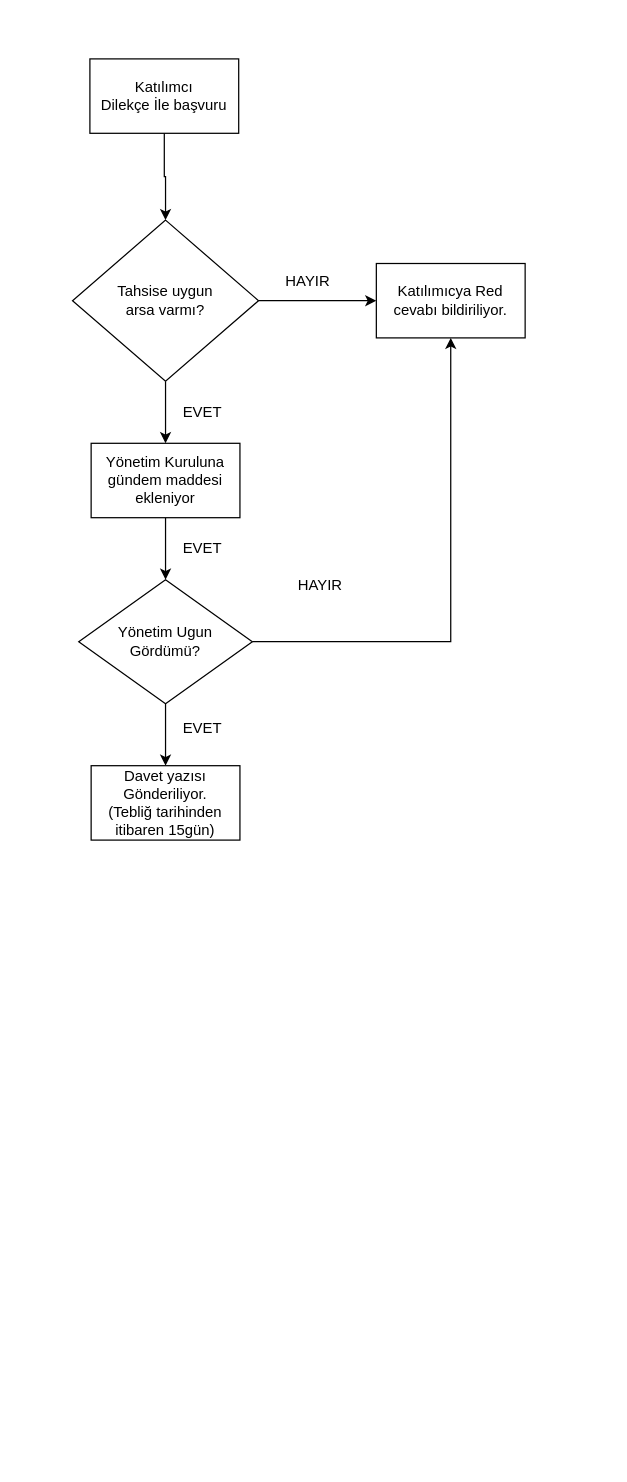
Above: Untitled Diagram.drawio in monelge/lisanslama (draw.io), before the change. Source tidied: cells renumbered, new cells numbered last; positions are measured from the earlier drawing's top-left corner, leaving out a move shared by most shapes. Both pictures are drawn from the tidied source at 124%, with x=0, y=0 at pixel (72, 58).
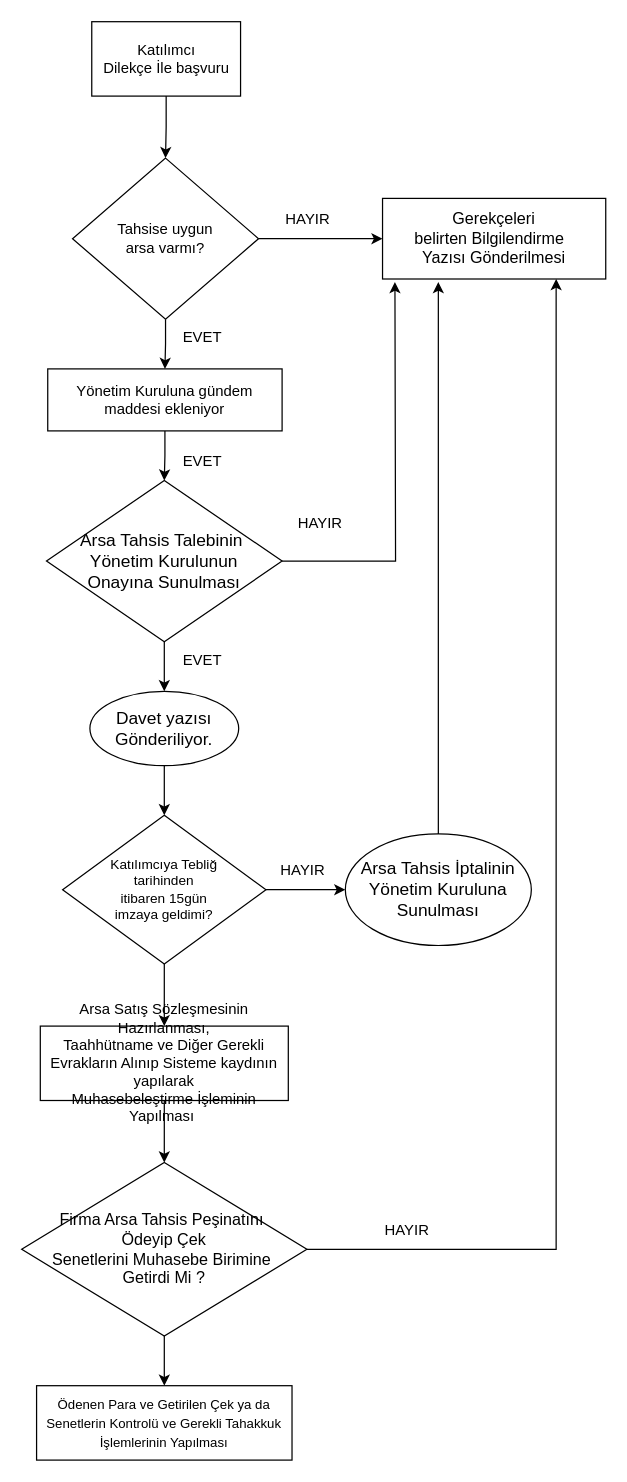
The same page after the edit.

What changed in the source:
```diff
@@
     <mxCell id="3" value="Katılımcı &lt;br&gt;Dilekçe İle başvuru&lt;br&gt;" style="rounded=0;whiteSpace=wrap;html=1;" parent="1" vertex="1">
-      <mxGeometry x="14" width="120" height="60" as="geometry" />
+      <mxGeometry x="15.5" y="-30" width="120" height="60" as="geometry" />
     </mxCell>
@@
     <mxCell id="6" value="Tahsise uygun &lt;br&gt;arsa varmı?" style="rhombus;whiteSpace=wrap;html=1;rounded=0;" parent="1" vertex="1">
-      <mxGeometry y="130" width="150" height="130" as="geometry" />
+      <mxGeometry y="80" width="150" height="130" as="geometry" />
     </mxCell>
-    <mxCell id="7" value="Katılımıcya Red cevabı bildiriliyor." style="whiteSpace=wrap;html=1;rounded=0;" parent="1" vertex="1">
-      <mxGeometry x="245" y="165" width="120" height="60" as="geometry" />
+    <mxCell id="7" value="&lt;p style=&quot;margin-top: 0pt; margin-bottom: 0pt; margin-left: 0in; text-indent: 0in; direction: ltr; unicode-bidi: embed; vertical-align: baseline; font-size: 13px;&quot;&gt;&lt;span style=&quot;font-size: 13px; vertical-align: baseline;&quot;&gt;Gerekçeleri&lt;br style=&quot;font-size: 13px;&quot;&gt;belirten Bilgilendirme&amp;nbsp;&amp;nbsp;&lt;/span&gt;&lt;/p&gt;&lt;p style=&quot;margin-top: 0pt; margin-bottom: 0pt; margin-left: 0in; text-indent: 0in; direction: ltr; unicode-bidi: embed; vertical-align: baseline; font-size: 13px;&quot;&gt;&lt;span style=&quot;font-size: 13px; vertical-align: baseline;&quot;&gt;Yazısı Gönderilmesi&lt;/span&gt;&lt;/p&gt;" style="whiteSpace=wrap;html=1;rounded=0;fontSize=13;" parent="1" vertex="1">
+      <mxGeometry x="250" y="112.5" width="180" height="65" as="geometry" />
     </mxCell>
@@
     <mxCell id="9" value="Yönetim Kuruluna gündem maddesi ekleniyor" style="whiteSpace=wrap;html=1;rounded=0;" parent="1" vertex="1">
-      <mxGeometry x="15" y="310" width="120" height="60" as="geometry" />
+      <mxGeometry x="-20" y="250" width="189" height="50" as="geometry" />
     </mxCell>
-    <mxCell id="10" style="edgeStyle=orthogonalEdgeStyle;rounded=0;jettySize=auto;html=1;exitX=1;exitY=0.5;exitDx=0;exitDy=0;entryX=0.5;entryY=1;entryDx=0;entryDy=0;" parent="1" edge="1" source="12" target="7">
-      <mxGeometry relative="1" as="geometry" />
+    <mxCell id="10" style="edgeStyle=orthogonalEdgeStyle;rounded=0;jettySize=auto;html=1;exitX=1;exitY=0.5;exitDx=0;exitDy=0;" parent="1" edge="1" source="12">
+      <mxGeometry relative="1" as="geometry">
+        <mxPoint x="260" y="180" as="targetPoint" />
+      </mxGeometry>
     </mxCell>
-    <mxCell id="11" style="edgeStyle=orthogonalEdgeStyle;rounded=0;jettySize=auto;html=1;" parent="1" edge="1" source="12" target="13">
-      <mxGeometry relative="1" as="geometry" />
-    </mxCell>
+    <mxCell id="19" style="edgeStyle=orthogonalEdgeStyle;rounded=0;jettySize=auto;html=1;fontFamily=Helvetica;fontSize=14;" parent="1" edge="1" source="12" target="21">
+      <mxGeometry relative="1" as="geometry" />
+    </mxCell>
-    <mxCell id="12" value="Yönetim Ugun &lt;br&gt;Gördümü?" style="rhombus;whiteSpace=wrap;html=1;rounded=0;" parent="1" vertex="1">
-      <mxGeometry x="5" y="420" width="140" height="100" as="geometry" />
+    <mxCell id="12" value="&lt;p style=&quot;margin-top: 0pt; margin-bottom: 0pt; margin-left: 0in; text-indent: 0in; direction: ltr; unicode-bidi: embed; font-size: 14px;&quot;&gt;&lt;span style=&quot;font-size: 14px; font-family: Calibri; vertical-align: baseline;&quot;&gt;Arsa Tahsis Talebinin&amp;nbsp;&lt;/span&gt;&lt;/p&gt;&lt;p style=&quot;margin-top: 0pt; margin-bottom: 0pt; margin-left: 0in; text-indent: 0in; direction: ltr; unicode-bidi: embed; font-size: 14px;&quot;&gt;&lt;span style=&quot;font-size: 14px; font-family: Calibri; vertical-align: baseline;&quot;&gt;Yönetim Kurulunun&lt;br style=&quot;font-size: 14px;&quot;&gt;Onayına Sunulması&lt;/span&gt;&lt;/p&gt;" style="rhombus;whiteSpace=wrap;html=1;rounded=0;fontSize=14;" parent="1" vertex="1">
+      <mxGeometry x="-21" y="340" width="190" height="130" as="geometry" />
     </mxCell>
-    <mxCell id="13" value="Davet yazısı Gönderiliyor.&lt;br&gt;(Tebliğ tarihinden itibaren 15gün)" style="whiteSpace=wrap;html=1;rounded=0;" parent="1" vertex="1">
-      <mxGeometry x="15" y="570" width="120" height="60" as="geometry" />
-    </mxCell>
     <mxCell id="14" value="HAYIR" style="text;html=1;strokeColor=none;fillColor=none;align=center;verticalAlign=middle;whiteSpace=wrap;rounded=0;" parent="1" vertex="1">
-      <mxGeometry x="160" y="165" width="60" height="30" as="geometry" />
+      <mxGeometry x="160" y="115" width="60" height="30" as="geometry" />
     </mxCell>
     <mxCell id="15" value="HAYIR" style="text;html=1;strokeColor=none;fillColor=none;align=center;verticalAlign=middle;whiteSpace=wrap;rounded=0;" parent="1" vertex="1">
-      <mxGeometry x="170" y="410" width="60" height="30" as="geometry" />
+      <mxGeometry x="170" y="360" width="60" height="30" as="geometry" />
     </mxCell>
     <mxCell id="16" value="EVET" style="text;html=1;strokeColor=none;fillColor=none;align=center;verticalAlign=middle;whiteSpace=wrap;rounded=0;" parent="1" vertex="1">
-      <mxGeometry x="75" y="270" width="60" height="30" as="geometry" />
+      <mxGeometry x="75" y="210" width="60" height="30" as="geometry" />
     </mxCell>
     <mxCell id="17" value="EVET" style="text;html=1;strokeColor=none;fillColor=none;align=center;verticalAlign=middle;whiteSpace=wrap;rounded=0;" parent="1" vertex="1">
-      <mxGeometry x="75" y="380" width="60" height="30" as="geometry" />
+      <mxGeometry x="75" y="310" width="60" height="30" as="geometry" />
     </mxCell>
     <mxCell id="18" value="EVET" style="text;html=1;strokeColor=none;fillColor=none;align=center;verticalAlign=middle;whiteSpace=wrap;rounded=0;" parent="1" vertex="1">
-      <mxGeometry x="75" y="525" width="60" height="30" as="geometry" />
+      <mxGeometry x="75" y="470" width="60" height="30" as="geometry" />
     </mxCell>
+    <mxCell id="20" style="edgeStyle=orthogonalEdgeStyle;rounded=0;jettySize=auto;html=1;fontFamily=Helvetica;fontSize=14;" parent="1" edge="1" source="21" target="24">
+      <mxGeometry relative="1" as="geometry" />
+    </mxCell>
+    <mxCell id="21" value="&lt;span style=&quot;&quot;&gt;Davet yazısı Gönderiliyor.&lt;/span&gt;" style="ellipse;whiteSpace=wrap;html=1;fontSize=14;rounded=0;" parent="1" vertex="1">
+      <mxGeometry x="14" y="510" width="120" height="60" as="geometry" />
+    </mxCell>
+    <mxCell id="22" style="edgeStyle=orthogonalEdgeStyle;rounded=0;jettySize=auto;html=1;fontFamily=Helvetica;fontSize=14;" parent="1" edge="1" source="24" target="26">
+      <mxGeometry relative="1" as="geometry" />
+    </mxCell>
+    <mxCell id="23" style="edgeStyle=orthogonalEdgeStyle;rounded=0;jettySize=auto;html=1;fontFamily=Helvetica;fontSize=11;" parent="1" edge="1" source="24" target="29">
+      <mxGeometry relative="1" as="geometry" />
+    </mxCell>
+    <mxCell id="24" value="&lt;span style=&quot;font-size: 11px;&quot;&gt;Katılımcıya Tebliğ &lt;br&gt;tarihinden &lt;br style=&quot;font-size: 11px;&quot;&gt;itibaren 15gün &lt;br&gt;imzaya geldimi?&lt;/span&gt;" style="rhombus;whiteSpace=wrap;html=1;fontSize=11;rounded=0;" parent="1" vertex="1">
+      <mxGeometry x="-8" y="610" width="164" height="120" as="geometry" />
+    </mxCell>
+    <mxCell id="25" style="edgeStyle=orthogonalEdgeStyle;rounded=0;jettySize=auto;html=1;fontFamily=Helvetica;fontSize=14;" parent="1" edge="1" source="26">
+      <mxGeometry relative="1" as="geometry">
+        <mxPoint x="295" y="180" as="targetPoint" />
+      </mxGeometry>
+    </mxCell>
+    <mxCell id="26" value="&lt;p style=&quot;margin-top: 0pt; margin-bottom: 0pt; margin-left: 0in; text-indent: 0in; direction: ltr; unicode-bidi: embed; font-size: 14px;&quot;&gt;&lt;span style=&quot;font-size: 14px; font-family: Calibri; vertical-align: baseline;&quot;&gt;Arsa Tahsis İptalinin Yönetim Kuruluna&lt;br style=&quot;font-size: 14px;&quot;&gt;Sunulması&lt;/span&gt;&lt;/p&gt;" style="ellipse;whiteSpace=wrap;html=1;fontSize=14;rounded=0;" parent="1" vertex="1">
+      <mxGeometry x="220" y="625" width="150" height="90" as="geometry" />
+    </mxCell>
+    <mxCell id="27" value="HAYIR" style="text;html=1;strokeColor=none;fillColor=none;align=center;verticalAlign=middle;whiteSpace=wrap;rounded=0;" parent="1" vertex="1">
+      <mxGeometry x="156" y="640" width="60" height="30" as="geometry" />
+    </mxCell>
+    <mxCell id="28" style="edgeStyle=orthogonalEdgeStyle;rounded=0;jettySize=auto;html=1;fontFamily=Helvetica;fontSize=12;" parent="1" edge="1" source="29" target="32">
+      <mxGeometry relative="1" as="geometry" />
+    </mxCell>
+    <mxCell id="29" value="&lt;p style=&quot;margin-top: 0pt; margin-bottom: 0pt; margin-left: 0in; text-indent: 0in; direction: ltr; unicode-bidi: embed; font-size: 12px;&quot;&gt;&lt;span style=&quot;font-size: 12px; font-family: Calibri; vertical-align: baseline;&quot;&gt;Arsa Satış Sözleşmesinin Hazırlanması,&lt;br style=&quot;font-size: 12px;&quot;&gt;Taahhütname ve Diğer Gerekli Evrakların Alınıp Sisteme kaydının yapılarak&lt;br style=&quot;font-size: 12px;&quot;&gt;Muhasebeleştirme İşleminin Yapılması&amp;nbsp;&lt;/span&gt;&lt;/p&gt;" style="whiteSpace=wrap;html=1;fontSize=12;rounded=0;" parent="1" vertex="1">
+      <mxGeometry x="-26" y="780" width="200" height="60" as="geometry" />
+    </mxCell>
+    <mxCell id="30" style="edgeStyle=orthogonalEdgeStyle;rounded=0;jettySize=auto;html=1;exitX=1;exitY=0.5;exitDx=0;exitDy=0;fontFamily=Helvetica;fontSize=13;" parent="1" edge="1" source="32" target="7">
+      <mxGeometry relative="1" as="geometry">
+        <Array as="points">
+          <mxPoint x="390" y="960" />
+        </Array>
+      </mxGeometry>
+    </mxCell>
+    <mxCell id="31" style="edgeStyle=orthogonalEdgeStyle;rounded=0;jettySize=auto;html=1;fontFamily=Helvetica;fontSize=13;" parent="1" edge="1" source="32" target="34">
+      <mxGeometry relative="1" as="geometry" />
+    </mxCell>
+    <mxCell id="32" value="&lt;p style=&quot;margin-top: 0pt; margin-bottom: 0pt; margin-left: 0in; text-indent: 0in; direction: ltr; unicode-bidi: embed; font-size: 13px;&quot;&gt;&lt;span style=&quot;font-size: 13px; font-family: Calibri; vertical-align: baseline;&quot;&gt;Firma Arsa Tahsis Peşinatını&amp;nbsp;&lt;/span&gt;&lt;/p&gt;&lt;p style=&quot;margin-top: 0pt; margin-bottom: 0pt; margin-left: 0in; text-indent: 0in; direction: ltr; unicode-bidi: embed; font-size: 13px;&quot;&gt;&lt;span style=&quot;font-size: 13px; font-family: Calibri; vertical-align: baseline;&quot;&gt;Ödeyip Çek&lt;/span&gt;&lt;/p&gt;&lt;p style=&quot;margin-top: 0pt; margin-bottom: 0pt; margin-left: 0in; text-indent: 0in; direction: ltr; unicode-bidi: embed; font-size: 13px;&quot;&gt;&lt;span style=&quot;font-size: 13px; font-family: Calibri; vertical-align: baseline;&quot;&gt;Senetlerini Muhasebe Birimine&amp;nbsp;&lt;/span&gt;&lt;/p&gt;&lt;p style=&quot;margin-top: 0pt; margin-bottom: 0pt; margin-left: 0in; text-indent: 0in; direction: ltr; unicode-bidi: embed; font-size: 13px;&quot;&gt;&lt;span style=&quot;font-size: 13px; font-family: Calibri; vertical-align: baseline;&quot;&gt;Getirdi Mi ?&lt;/span&gt;&lt;/p&gt;" style="rhombus;whiteSpace=wrap;html=1;rounded=0;fontSize=13;" parent="1" vertex="1">
+      <mxGeometry x="-41" y="890" width="230" height="140" as="geometry" />
+    </mxCell>
+    <mxCell id="33" value="HAYIR" style="text;html=1;strokeColor=none;fillColor=none;align=center;verticalAlign=middle;whiteSpace=wrap;rounded=0;" parent="1" vertex="1">
+      <mxGeometry x="240" y="930" width="60" height="30" as="geometry" />
+    </mxCell>
+    <mxCell id="34" value="&lt;p style=&quot;margin-top: 0pt; margin-bottom: 0pt; margin-left: 0in; text-indent: 0in; direction: ltr; unicode-bidi: embed;&quot;&gt;&lt;span style=&quot;font-size: 8pt; font-family: Calibri; vertical-align: baseline;&quot;&gt;Ödenen Para ve Getirilen Çek ya da&lt;br/&gt;Senetlerin Kontrolü ve Gerekli Tahakkuk İşlemlerinin Yapılması&lt;/span&gt;&lt;/p&gt;" style="whiteSpace=wrap;html=1;fontSize=13;rounded=0;" parent="1" vertex="1">
+      <mxGeometry x="-29" y="1070" width="206" height="60" as="geometry" />
+    </mxCell>
```
